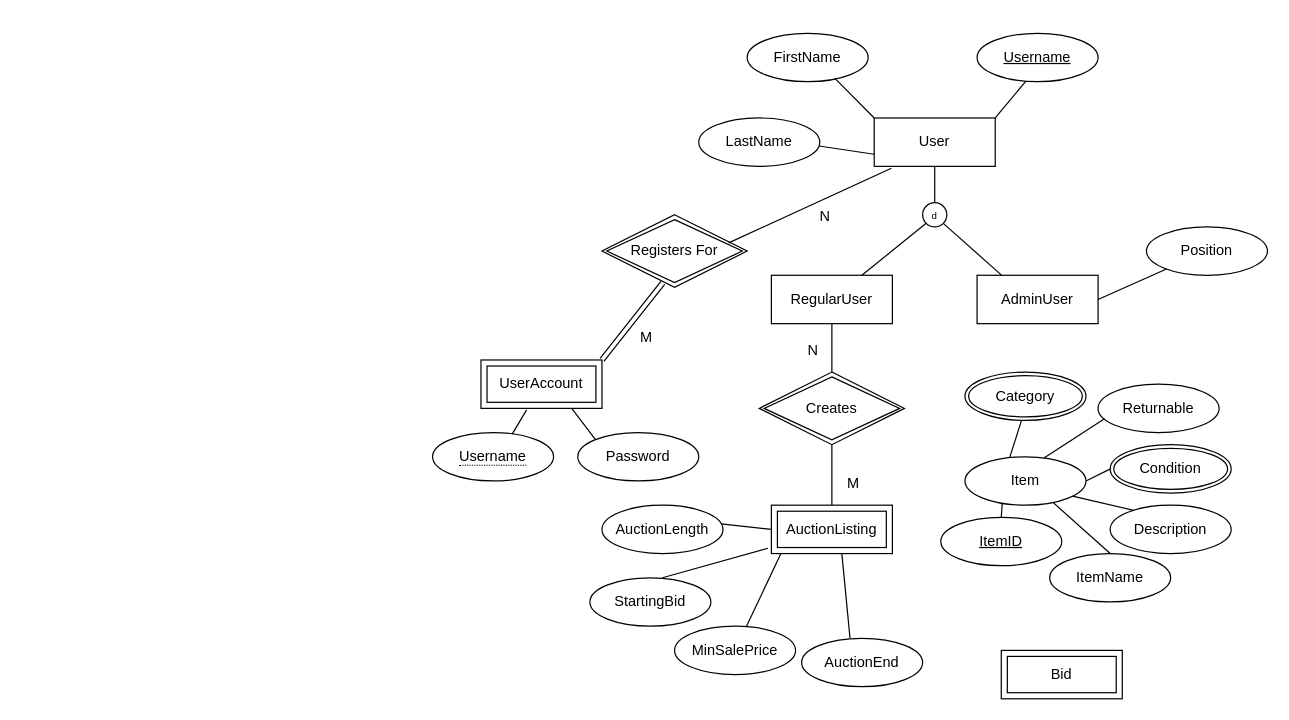
Above: Phase_1/EER/eer.drawio in leileili1010/Buzzbid (draw.io), before the change. Source tidied: cells renumbered, new cells numbered last; positions are measured from the earlier drawing's top-left corner, leaving out a move shared by most shapes. Both pictures are drawn from the tidied source at 121%, with x=0, y=0 at pixel (432, 33).
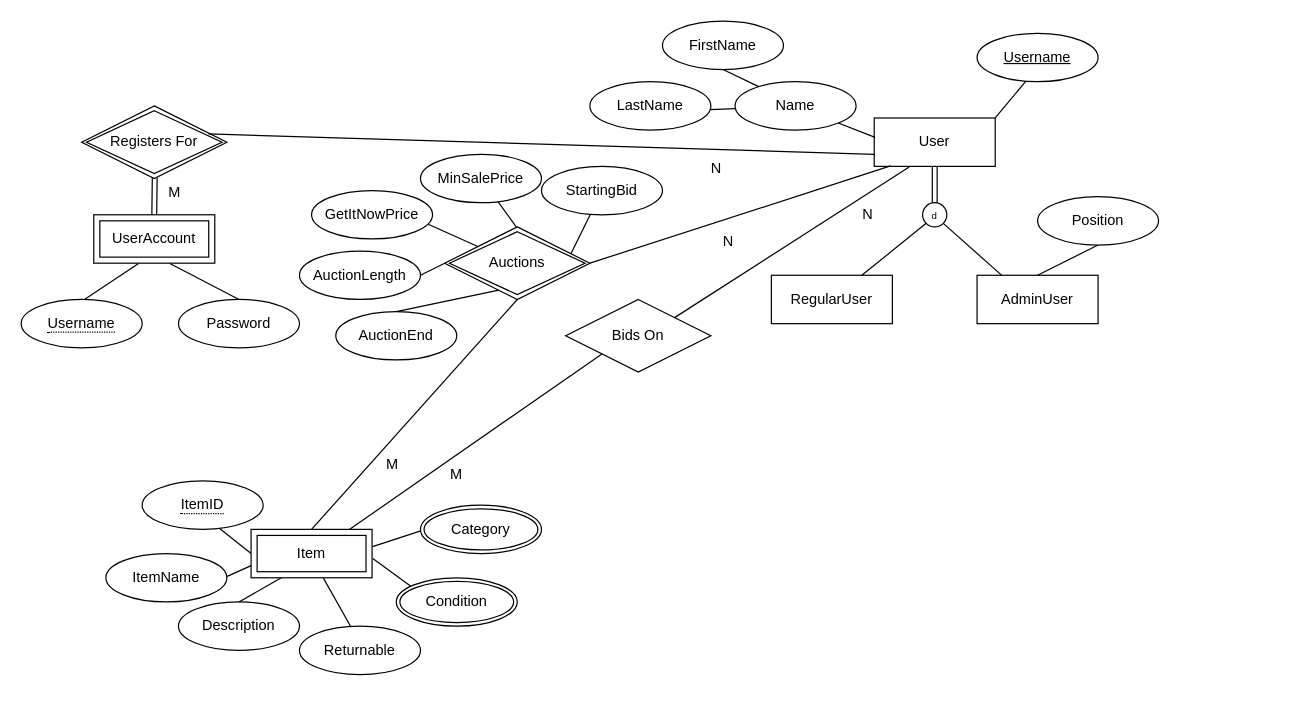
The same diagram, later.

Commit message:
Updates to EER diagram

Unchanged cells that the change refers to:
```xml
<mxCell id="2" value="User" style="whiteSpace=wrap;html=1;align=center;" parent="1" vertex="1">
  <mxGeometry x="365" y="70" width="100" height="40" as="geometry" />
</mxCell>
<mxCell id="3" value="AdminUser" style="whiteSpace=wrap;html=1;align=center;" parent="1" vertex="1">
  <mxGeometry x="450" y="200" width="100" height="40" as="geometry" />
</mxCell>
<mxCell id="4" value="RegularUser" style="whiteSpace=wrap;html=1;align=center;" parent="1" vertex="1">
  <mxGeometry x="280" y="200" width="100" height="40" as="geometry" />
</mxCell>
<mxCell id="7" value="&lt;font style=&quot;font-size: 8px;&quot;&gt;d&lt;/font&gt;" style="ellipse;whiteSpace=wrap;html=1;align=center;" parent="1" vertex="1">
  <mxGeometry x="405" y="140" width="20" height="20" as="geometry" />
</mxCell>
```

Change to the diagram source:
```diff
@@
     <mxCell id="5" value="Password" style="ellipse;whiteSpace=wrap;html=1;align=center;" parent="1" vertex="1">
-      <mxGeometry x="120" y="330" width="100" height="40" as="geometry" />
+      <mxGeometry x="-210" y="220" width="100" height="40" as="geometry" />
     </mxCell>
-    <mxCell id="6" style="endArrow=none;html=1;rounded=0;entryX=0.5;entryY=1;entryDx=0;entryDy=0;exitX=0.5;exitY=0;exitDx=0;exitDy=0;" parent="1" edge="1" source="7" target="2">
-      <mxGeometry relative="1" as="geometry" />
-    </mxCell>
@@
-    <mxCell id="10" style="endArrow=none;html=1;rounded=0;entryX=0;entryY=0;entryDx=0;entryDy=0;exitX=0.75;exitY=1;exitDx=0;exitDy=0;" parent="1" edge="1" source="19" target="5">
+    <mxCell id="10" style="endArrow=none;html=1;rounded=0;entryX=0.5;entryY=0;entryDx=0;entryDy=0;exitX=0.625;exitY=1;exitDx=0;exitDy=0;exitPerimeter=0;" parent="1" edge="1" source="19" target="5">
       <mxGeometry relative="1" as="geometry" />
     </mxCell>
@@
     <mxCell id="13" value="FirstName" style="ellipse;whiteSpace=wrap;html=1;align=center;" parent="1" vertex="1">
-      <mxGeometry x="260" width="100" height="40" as="geometry" />
+      <mxGeometry x="190" y="-10" width="100" height="40" as="geometry" />
     </mxCell>
     <mxCell id="14" value="LastName" style="ellipse;whiteSpace=wrap;html=1;align=center;" parent="1" vertex="1">
-      <mxGeometry x="220" y="70" width="100" height="40" as="geometry" />
+      <mxGeometry x="130" y="40" width="100" height="40" as="geometry" />
     </mxCell>
-    <mxCell id="15" style="endArrow=none;html=1;rounded=0;exitX=0.993;exitY=0.579;exitDx=0;exitDy=0;exitPerimeter=0;" parent="1" edge="1" source="14">
-      <mxGeometry relative="1" as="geometry">
-        <mxPoint x="365" y="100" as="targetPoint" />
-      </mxGeometry>
+    <mxCell id="15" style="endArrow=none;html=1;rounded=0;exitX=0.993;exitY=0.579;exitDx=0;exitDy=0;exitPerimeter=0;entryX=0.003;entryY=0.558;entryDx=0;entryDy=0;entryPerimeter=0;" parent="1" edge="1" source="14" target="58">
+      <mxGeometry relative="1" as="geometry" />
     </mxCell>
-    <mxCell id="16" style="endArrow=none;html=1;rounded=0;exitX=0.723;exitY=0.927;exitDx=0;exitDy=0;exitPerimeter=0;entryX=0;entryY=0;entryDx=0;entryDy=0;" parent="1" edge="1" source="13" target="2">
+    <mxCell id="16" style="endArrow=none;html=1;rounded=0;exitX=0.5;exitY=1;exitDx=0;exitDy=0;entryX=0.2;entryY=0.108;entryDx=0;entryDy=0;entryPerimeter=0;" parent="1" edge="1" source="13" target="58">
       <mxGeometry relative="1" as="geometry" />
     </mxCell>
     <mxCell id="17" value="Position" style="ellipse;whiteSpace=wrap;html=1;align=center;" parent="1" vertex="1">
-      <mxGeometry x="590" y="160" width="100" height="40" as="geometry" />
+      <mxGeometry x="500" y="135" width="100" height="40" as="geometry" />
     </mxCell>
-    <mxCell id="18" style="endArrow=none;html=1;rounded=0;exitX=1;exitY=0.5;exitDx=0;exitDy=0;" parent="1" edge="1" source="3" target="17">
+    <mxCell id="18" style="endArrow=none;html=1;rounded=0;exitX=0.5;exitY=0;exitDx=0;exitDy=0;entryX=0.5;entryY=1;entryDx=0;entryDy=0;" parent="1" edge="1" source="3" target="17">
       <mxGeometry relative="1" as="geometry" />
     </mxCell>
     <mxCell id="19" value="UserAccount" style="shape=ext;margin=3;double=1;whiteSpace=wrap;html=1;align=center;" parent="1" vertex="1">
-      <mxGeometry x="40" y="270" width="100" height="40" as="geometry" />
+      <mxGeometry x="-280" y="150" width="100" height="40" as="geometry" />
     </mxCell>
     <mxCell id="20" value="Registers For" style="shape=rhombus;double=1;perimeter=rhombusPerimeter;whiteSpace=wrap;html=1;align=center;" parent="1" vertex="1">
-      <mxGeometry x="140" y="150" width="120" height="60" as="geometry" />
+      <mxGeometry x="-290" y="60" width="120" height="60" as="geometry" />
     </mxCell>
-    <mxCell id="21" style="shape=link;html=1;rounded=0;entryX=0.419;entryY=0.939;entryDx=0;entryDy=0;entryPerimeter=0;exitX=1;exitY=0;exitDx=0;exitDy=0;" parent="1" edge="1" source="19" target="20">
+    <mxCell id="21" style="shape=link;html=1;rounded=0;exitX=0.5;exitY=0;exitDx=0;exitDy=0;entryX=0.503;entryY=0.989;entryDx=0;entryDy=0;entryPerimeter=0;" parent="1" edge="1" source="19" target="20">
       <mxGeometry relative="1" as="geometry" />
     </mxCell>
     <mxCell id="22" value="M" style="html=1;whiteSpace=wrap;align=left;verticalAlign=bottom;" parent="21" vertex="1">
       <mxGeometry x="-1" relative="1" as="geometry">
-        <mxPoint x="30" y="-10" as="offset" />
+        <mxPoint x="10" y="-10" as="offset" />
       </mxGeometry>
     </mxCell>
-    <mxCell id="23" style="endArrow=none;html=1;rounded=0;entryX=0.142;entryY=1.04;entryDx=0;entryDy=0;entryPerimeter=0;exitX=0.873;exitY=0.387;exitDx=0;exitDy=0;exitPerimeter=0;" parent="1" edge="1" source="20" target="2">
+    <mxCell id="23" style="endArrow=none;html=1;rounded=0;entryX=0;entryY=0.75;entryDx=0;entryDy=0;exitX=0.873;exitY=0.387;exitDx=0;exitDy=0;exitPerimeter=0;" parent="1" edge="1" source="20" target="2">
       <mxGeometry relative="1" as="geometry" />
     </mxCell>
     <mxCell id="24" value="N" style="html=1;whiteSpace=wrap;align=right;verticalAlign=bottom;" parent="23" vertex="1">
       <mxGeometry x="1" relative="1" as="geometry">
-        <mxPoint x="-49" y="48" as="offset" />
+        <mxPoint x="-125" y="20" as="offset" />
       </mxGeometry>
     </mxCell>
     <mxCell id="25" value="&lt;span style=&quot;border-bottom: 1px dotted&quot;&gt;Username&lt;/span&gt;" style="ellipse;whiteSpace=wrap;html=1;align=center;" parent="1" vertex="1">
-      <mxGeometry y="330" width="100" height="40" as="geometry" />
+      <mxGeometry x="-340" y="220" width="100" height="40" as="geometry" />
     </mxCell>
-    <mxCell id="26" style="endArrow=none;html=1;rounded=0;entryX=0.658;entryY=0.033;entryDx=0;entryDy=0;entryPerimeter=0;exitX=0.377;exitY=1.031;exitDx=0;exitDy=0;exitPerimeter=0;" parent="1" edge="1" source="19" target="25">
+    <mxCell id="26" style="endArrow=none;html=1;rounded=0;entryX=0.523;entryY=0.002;entryDx=0;entryDy=0;entryPerimeter=0;exitX=0.37;exitY=1.006;exitDx=0;exitDy=0;exitPerimeter=0;" parent="1" edge="1" source="19" target="25">
       <mxGeometry relative="1" as="geometry" />
     </mxCell>
-    <mxCell id="27" style="endArrow=none;html=1;rounded=0;exitX=0.5;exitY=1;exitDx=0;exitDy=0;entryX=0.5;entryY=0;entryDx=0;entryDy=0;" parent="1" edge="1" source="4">
-      <mxGeometry relative="1" as="geometry">
-        <mxPoint x="330" y="280" as="targetPoint" />
-      </mxGeometry>
+    <mxCell id="27" style="endArrow=none;html=1;rounded=0;exitX=0.135;exitY=0.991;exitDx=0;exitDy=0;entryX=1;entryY=0.5;entryDx=0;entryDy=0;exitPerimeter=0;" parent="1" edge="1" source="2" target="53">
+      <mxGeometry relative="1" as="geometry" />
     </mxCell>
     <mxCell id="28" value="N" style="html=1;whiteSpace=wrap;align=right;verticalAlign=bottom;" parent="27" vertex="1">
       <mxGeometry x="1" relative="1" as="geometry">
-        <mxPoint x="-10" y="-10" as="offset" />
+        <mxPoint x="120" y="-10" as="offset" />
       </mxGeometry>
     </mxCell>
-    <mxCell id="29" style="endArrow=none;html=1;rounded=0;entryX=0.5;entryY=1;entryDx=0;entryDy=0;exitX=0.5;exitY=0;exitDx=0;exitDy=0;" parent="1" edge="1">
-      <mxGeometry relative="1" as="geometry">
-        <mxPoint x="330" y="390" as="sourcePoint" />
-        <mxPoint x="330" y="340" as="targetPoint" />
-      </mxGeometry>
+    <mxCell id="29" style="endArrow=none;html=1;rounded=0;entryX=0.5;entryY=1;entryDx=0;entryDy=0;exitX=0.5;exitY=0;exitDx=0;exitDy=0;" parent="1" edge="1" source="52" target="53">
+      <mxGeometry relative="1" as="geometry" />
     </mxCell>
     <mxCell id="30" value="M" style="html=1;whiteSpace=wrap;align=left;verticalAlign=bottom;" parent="29" vertex="1">
       <mxGeometry x="-1" relative="1" as="geometry">
-        <mxPoint x="11" y="-10" as="offset" />
+        <mxPoint x="60" y="-45" as="offset" />
       </mxGeometry>
     </mxCell>
-    <mxCell id="31" value="ItemID" style="ellipse;whiteSpace=wrap;html=1;align=center;fontStyle=4;" parent="1" vertex="1">
-      <mxGeometry x="420" y="400" width="100" height="40" as="geometry" />
-    </mxCell>
-    <mxCell id="32" style="endArrow=none;html=1;rounded=0;entryX=0.308;entryY=0.963;entryDx=0;entryDy=0;entryPerimeter=0;" parent="1" edge="1" source="31" target="50">
-      <mxGeometry relative="1" as="geometry" />
+    <mxCell id="32" style="endArrow=none;html=1;rounded=0;entryX=0;entryY=0.5;entryDx=0;entryDy=0;" parent="1" edge="1" target="52">
+      <mxGeometry relative="1" as="geometry">
+        <mxPoint x="-177.8" y="407.9" as="sourcePoint" />
+      </mxGeometry>
     </mxCell>
     <mxCell id="33" value="ItemName" style="ellipse;whiteSpace=wrap;html=1;align=center;" parent="1" vertex="1">
-      <mxGeometry x="510" y="430" width="100" height="40" as="geometry" />
+      <mxGeometry x="-270" y="430" width="100" height="40" as="geometry" />
     </mxCell>
     <mxCell id="34" value="Description" style="ellipse;whiteSpace=wrap;html=1;align=center;" parent="1" vertex="1">
-      <mxGeometry x="560" y="390" width="100" height="40" as="geometry" />
+      <mxGeometry x="-210" y="470" width="100" height="40" as="geometry" />
     </mxCell>
     <mxCell id="35" value="Returnable" style="ellipse;whiteSpace=wrap;html=1;align=center;" parent="1" vertex="1">
-      <mxGeometry x="550" y="290" width="100" height="40" as="geometry" />
+      <mxGeometry x="-110" y="490" width="100" height="40" as="geometry" />
     </mxCell>
-    <mxCell id="36" style="endArrow=none;html=1;rounded=0;entryX=0.466;entryY=1.008;entryDx=0;entryDy=0;exitX=0.369;exitY=0.018;exitDx=0;exitDy=0;exitPerimeter=0;entryPerimeter=0;" parent="1" edge="1" source="50" target="49">
+    <mxCell id="36" style="endArrow=none;html=1;rounded=0;entryX=0.002;entryY=0.531;entryDx=0;entryDy=0;exitX=1.004;exitY=0.356;exitDx=0;exitDy=0;entryPerimeter=0;exitPerimeter=0;" parent="1" edge="1" source="52" target="49">
       <mxGeometry relative="1" as="geometry" />
     </mxCell>
-    <mxCell id="37" style="endArrow=none;html=1;rounded=0;exitX=0.5;exitY=0;exitDx=0;exitDy=0;entryX=0.727;entryY=0.942;entryDx=0;entryDy=0;entryPerimeter=0;" parent="1" edge="1" source="33" target="50">
+    <mxCell id="37" style="endArrow=none;html=1;rounded=0;exitX=1.003;exitY=0.47;exitDx=0;exitDy=0;entryX=0;entryY=0.75;entryDx=0;entryDy=0;exitPerimeter=0;" parent="1" edge="1" source="33" target="52">
       <mxGeometry relative="1" as="geometry" />
     </mxCell>
-    <mxCell id="38" style="endArrow=none;html=1;rounded=0;exitX=0.194;exitY=0.106;exitDx=0;exitDy=0;exitPerimeter=0;entryX=0.88;entryY=0.808;entryDx=0;entryDy=0;entryPerimeter=0;" parent="1" edge="1" source="34" target="50">
+    <mxCell id="38" style="endArrow=none;html=1;rounded=0;exitX=0.5;exitY=0;exitDx=0;exitDy=0;entryX=0.25;entryY=1;entryDx=0;entryDy=0;" parent="1" edge="1" source="34" target="52">
       <mxGeometry relative="1" as="geometry" />
     </mxCell>
-    <mxCell id="39" style="endArrow=none;html=1;rounded=0;exitX=0.653;exitY=0.027;exitDx=0;exitDy=0;exitPerimeter=0;entryX=0.053;entryY=0.712;entryDx=0;entryDy=0;entryPerimeter=0;" parent="1" edge="1" source="50" target="35">
+    <mxCell id="39" style="endArrow=none;html=1;rounded=0;exitX=0.598;exitY=1.008;exitDx=0;exitDy=0;entryX=0.422;entryY=0;entryDx=0;entryDy=0;entryPerimeter=0;exitPerimeter=0;" parent="1" edge="1" source="52" target="35">
       <mxGeometry relative="1" as="geometry" />
     </mxCell>
     <mxCell id="40" value="StartingBid" style="ellipse;whiteSpace=wrap;html=1;align=center;" parent="1" vertex="1">
-      <mxGeometry x="130" y="450" width="100" height="40" as="geometry" />
+      <mxGeometry x="90" y="110" width="100" height="40" as="geometry" />
     </mxCell>
     <mxCell id="41" value="MinSalePrice" style="ellipse;whiteSpace=wrap;html=1;align=center;" parent="1" vertex="1">
-      <mxGeometry x="200" y="490" width="100" height="40" as="geometry" />
+      <mxGeometry x="-10" y="100" width="100" height="40" as="geometry" />
     </mxCell>
     <mxCell id="42" value="AuctionLength" style="ellipse;whiteSpace=wrap;html=1;align=center;" parent="1" vertex="1">
-      <mxGeometry x="140" y="390" width="100" height="40" as="geometry" />
+      <mxGeometry x="-110" y="180" width="100" height="40" as="geometry" />
     </mxCell>
     <mxCell id="43" value="AuctionEnd" style="ellipse;whiteSpace=wrap;html=1;align=center;" parent="1" vertex="1">
-      <mxGeometry x="305" y="500" width="100" height="40" as="geometry" />
+      <mxGeometry x="-80" y="230" width="100" height="40" as="geometry" />
     </mxCell>
-    <mxCell id="44" style="endArrow=none;html=1;rounded=0;exitX=0.985;exitY=0.387;exitDx=0;exitDy=0;exitPerimeter=0;entryX=0;entryY=0.5;entryDx=0;entryDy=0;" parent="1" edge="1" source="42">
-      <mxGeometry relative="1" as="geometry">
-        <mxPoint x="280" y="410" as="targetPoint" />
-      </mxGeometry>
+    <mxCell id="44" style="endArrow=none;html=1;rounded=0;entryX=0;entryY=0.5;entryDx=0;entryDy=0;exitX=1;exitY=0.5;exitDx=0;exitDy=0;" parent="1" edge="1" source="42" target="53">
+      <mxGeometry relative="1" as="geometry" />
     </mxCell>
-    <mxCell id="45" style="endArrow=none;html=1;rounded=0;exitX=0.6;exitY=0;exitDx=0;exitDy=0;exitPerimeter=0;entryX=-0.027;entryY=0.89;entryDx=0;entryDy=0;entryPerimeter=0;" parent="1" edge="1" source="40">
-      <mxGeometry relative="1" as="geometry">
-        <mxPoint x="277.3" y="425.6" as="targetPoint" />
-      </mxGeometry>
+    <mxCell id="45" style="endArrow=none;html=1;rounded=0;entryX=0.787;entryY=0.704;entryDx=0;entryDy=0;entryPerimeter=0;" parent="1" edge="1" source="40" target="53">
+      <mxGeometry relative="1" as="geometry" />
     </mxCell>
-    <mxCell id="46" style="endArrow=none;html=1;rounded=0;entryX=0.08;entryY=0.993;entryDx=0;entryDy=0;entryPerimeter=0;" parent="1" edge="1" source="41">
-      <mxGeometry relative="1" as="geometry">
-        <mxPoint x="288" y="429.7" as="targetPoint" />
-      </mxGeometry>
+    <mxCell id="46" style="endArrow=none;html=1;rounded=0;entryX=0.5;entryY=0.021;entryDx=0;entryDy=0;entryPerimeter=0;" parent="1" edge="1" source="41" target="53">
+      <mxGeometry relative="1" as="geometry" />
     </mxCell>
-    <mxCell id="47" style="endArrow=none;html=1;rounded=0;entryX=0.4;entryY=0;entryDx=0;entryDy=0;exitX=0.582;exitY=0.99;exitDx=0;exitDy=0;exitPerimeter=0;entryPerimeter=0;" parent="1" edge="1" target="43">
-      <mxGeometry relative="1" as="geometry">
-        <mxPoint x="338.2" y="429.6" as="sourcePoint" />
-      </mxGeometry>
+    <mxCell id="47" style="endArrow=none;html=1;rounded=0;entryX=0.5;entryY=0;entryDx=0;entryDy=0;exitX=0.381;exitY=0.868;exitDx=0;exitDy=0;exitPerimeter=0;" parent="1" edge="1" source="53" target="43">
+      <mxGeometry relative="1" as="geometry" />
     </mxCell>
     <mxCell id="48" value="Condition" style="ellipse;shape=doubleEllipse;margin=3;whiteSpace=wrap;html=1;align=center;" parent="1" vertex="1">
-      <mxGeometry x="560" y="340" width="100" height="40" as="geometry" />
+      <mxGeometry x="-30" y="450" width="100" height="40" as="geometry" />
     </mxCell>
     <mxCell id="49" value="Category" style="ellipse;shape=doubleEllipse;margin=3;whiteSpace=wrap;html=1;align=center;" parent="1" vertex="1">
-      <mxGeometry x="440" y="280" width="100" height="40" as="geometry" />
+      <mxGeometry x="-10" y="390" width="100" height="40" as="geometry" />
     </mxCell>
-    <mxCell id="50" value="Item" style="ellipse;whiteSpace=wrap;html=1;align=center;" parent="1" vertex="1">
-      <mxGeometry x="440" y="350" width="100" height="40" as="geometry" />
-    </mxCell>
-    <mxCell id="51" style="endArrow=none;html=1;rounded=0;entryX=0.002;entryY=0.5;entryDx=0;entryDy=0;entryPerimeter=0;exitX=1;exitY=0.5;exitDx=0;exitDy=0;" parent="1" edge="1" source="50" target="48">
+    <mxCell id="51" style="endArrow=none;html=1;rounded=0;entryX=0.12;entryY=0.173;entryDx=0;entryDy=0;entryPerimeter=0;exitX=1.006;exitY=0.604;exitDx=0;exitDy=0;exitPerimeter=0;" parent="1" edge="1" source="52" target="48">
       <mxGeometry relative="1" as="geometry" />
     </mxCell>
-    <mxCell id="52" value="AuctionListing" style="shape=ext;margin=3;double=1;whiteSpace=wrap;html=1;align=center;" parent="1" vertex="1">
-      <mxGeometry x="280" y="390" width="100" height="40" as="geometry" />
+    <mxCell id="52" value="Item" style="shape=ext;margin=3;double=1;whiteSpace=wrap;html=1;align=center;" parent="1" vertex="1">
+      <mxGeometry x="-150" y="410" width="100" height="40" as="geometry" />
     </mxCell>
-    <mxCell id="53" value="Creates" style="shape=rhombus;double=1;perimeter=rhombusPerimeter;whiteSpace=wrap;html=1;align=center;" parent="1" vertex="1">
-      <mxGeometry x="270" y="280" width="120" height="60" as="geometry" />
+    <mxCell id="53" value="Auctions" style="shape=rhombus;double=1;perimeter=rhombusPerimeter;whiteSpace=wrap;html=1;align=center;" parent="1" vertex="1">
+      <mxGeometry x="10" y="160" width="120" height="60" as="geometry" />
     </mxCell>
-    <mxCell id="54" value="Bid" style="shape=ext;margin=3;double=1;whiteSpace=wrap;html=1;align=center;" parent="1" vertex="1">
-      <mxGeometry x="470" y="510" width="100" height="40" as="geometry" />
-    </mxCell>
+    <mxCell id="55" value="GetItNowPrice" style="ellipse;whiteSpace=wrap;html=1;align=center;" parent="1" vertex="1">
+      <mxGeometry x="-100" y="130" width="100" height="40" as="geometry" />
+    </mxCell>
+    <mxCell id="56" style="endArrow=none;html=1;rounded=0;exitX=0.964;exitY=0.697;exitDx=0;exitDy=0;entryX=0.232;entryY=0.273;entryDx=0;entryDy=0;entryPerimeter=0;exitPerimeter=0;" parent="1" edge="1" source="55" target="53">
+      <mxGeometry relative="1" as="geometry" />
+    </mxCell>
+    <mxCell id="57" style="shape=link;html=1;rounded=0;exitX=0.446;exitY=1.009;exitDx=0;exitDy=0;exitPerimeter=0;entryX=0.5;entryY=0;entryDx=0;entryDy=0;" parent="1" edge="1" target="7">
+      <mxGeometry relative="1" as="geometry">
+        <mxPoint x="415" y="110" as="sourcePoint" />
+      </mxGeometry>
+    </mxCell>
+    <mxCell id="58" value="Name" style="ellipse;whiteSpace=wrap;html=1;align=center;" parent="1" vertex="1">
+      <mxGeometry x="250" y="40" width="100" height="40" as="geometry" />
+    </mxCell>
+    <mxCell id="59" style="endArrow=none;html=1;rounded=0;exitX=1;exitY=1;exitDx=0;exitDy=0;entryX=0.007;entryY=0.4;entryDx=0;entryDy=0;entryPerimeter=0;" parent="1" edge="1" source="58" target="2">
+      <mxGeometry relative="1" as="geometry" />
+    </mxCell>
+    <mxCell id="60" value="Bids On" style="shape=rhombus;perimeter=rhombusPerimeter;whiteSpace=wrap;html=1;align=center;" parent="1" vertex="1">
+      <mxGeometry x="110" y="220" width="120" height="60" as="geometry" />
+    </mxCell>
+    <mxCell id="61" style="endArrow=none;html=1;rounded=0;exitX=0.815;exitY=-0.002;exitDx=0;exitDy=0;exitPerimeter=0;entryX=0;entryY=1;entryDx=0;entryDy=0;" parent="1" edge="1" source="52" target="60">
+      <mxGeometry relative="1" as="geometry" />
+    </mxCell>
+    <mxCell id="31" value="&lt;span style=&quot;border-bottom: 1px dotted&quot;&gt;ItemID&lt;/span&gt;" style="ellipse;whiteSpace=wrap;html=1;align=center;" parent="1" vertex="1">
+      <mxGeometry x="-240" y="370" width="100" height="40" as="geometry" />
+    </mxCell>
+    <mxCell id="62" style="endArrow=none;html=1;rounded=0;entryX=0.289;entryY=1.014;entryDx=0;entryDy=0;entryPerimeter=0;exitX=1;exitY=0;exitDx=0;exitDy=0;" parent="1" edge="1" source="60" target="2">
+      <mxGeometry relative="1" as="geometry" />
+    </mxCell>
+    <mxCell id="63" value="N" style="text;html=1;strokeColor=none;fillColor=none;align=center;verticalAlign=middle;whiteSpace=wrap;rounded=0;" parent="1" vertex="1">
+      <mxGeometry x="330" y="135" width="60" height="30" as="geometry" />
+    </mxCell>
+    <mxCell id="64" value="M" style="text;html=1;strokeColor=none;fillColor=none;align=center;verticalAlign=middle;whiteSpace=wrap;rounded=0;" parent="1" vertex="1">
+      <mxGeometry x="-10" y="350" width="60" height="30" as="geometry" />
+    </mxCell>
```
